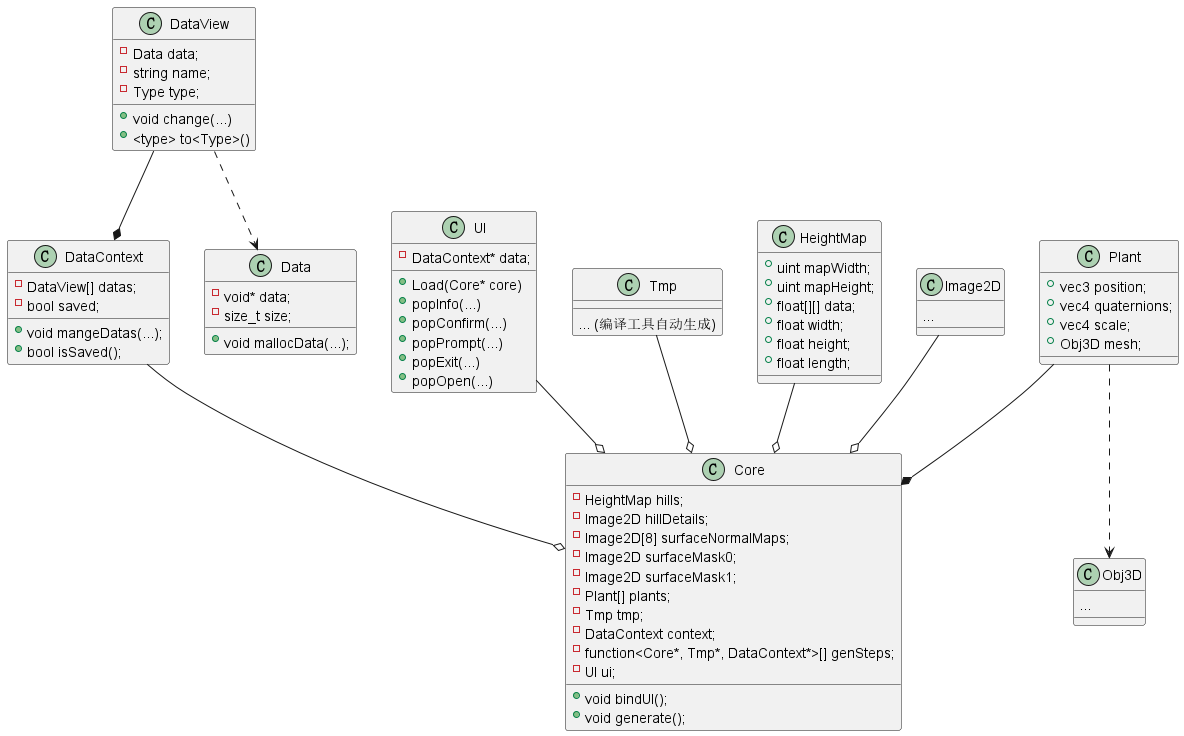
LuncyBloont/World-Generator-Lite keeps this PlantUML diagram as doc/uml-and ocl.png. Above is the earlier version.
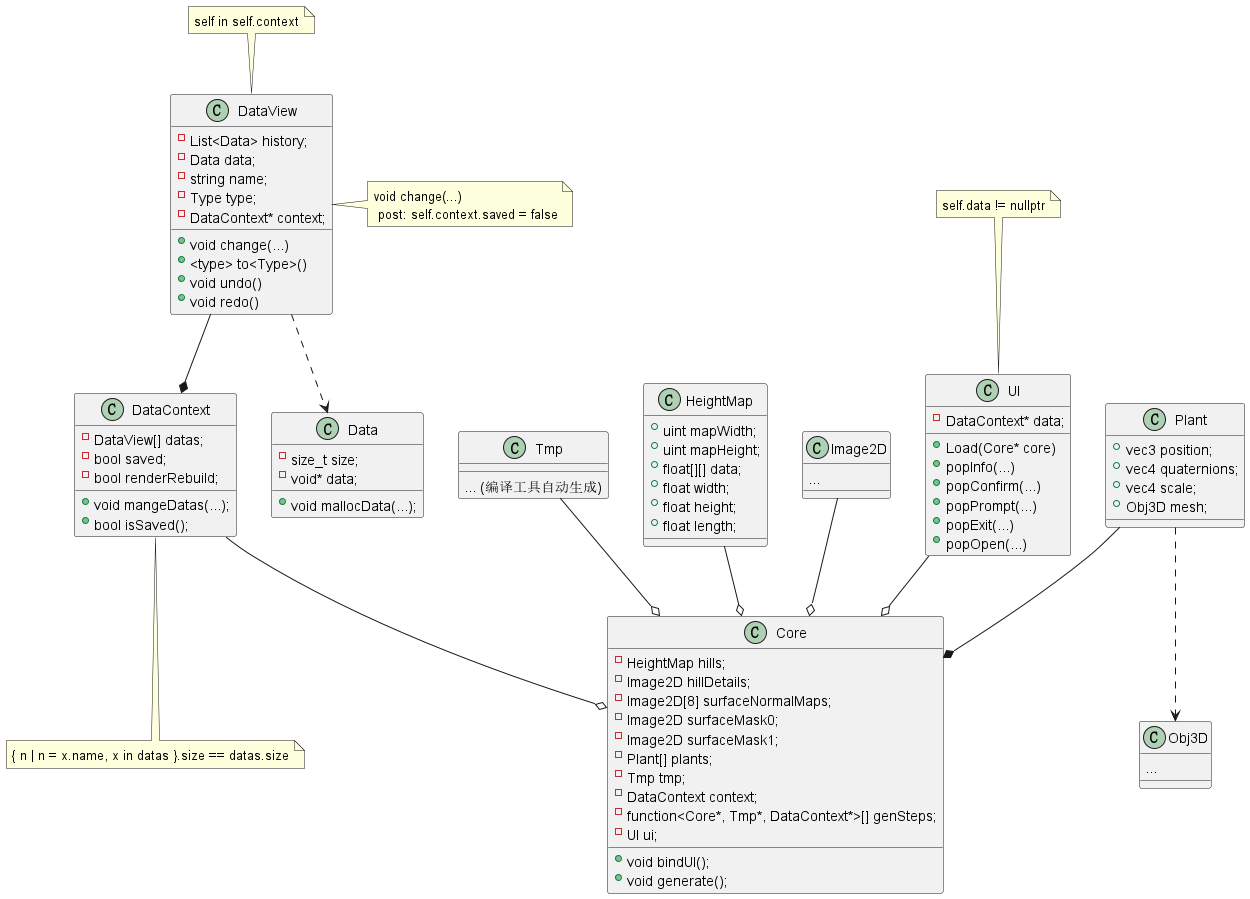
After the commit.

Diff of the diagram source:
```diff
@@ -18,22 +18,27 @@
 class DataContext {
 	- DataView[] datas;
 	- bool saved;
+	- bool renderRebuild;
 	+ void mangeDatas(...);
 	+ bool isSaved();
 }
 
 class Data {
+	- size_t size;
 	- void* data;
-	- size_t size;
 	+ void mallocData(...);
 }
 
 class DataView {
+	- List<Data> history;
 	- Data data;
 	- string name;
 	- Type type;
+	- DataContext* context;
 	+ void change(...)
 	+ <type> to<Type>()
+	+ void undo()
+	+ void redo()
 }
 
 class UI {
@@ -84,4 +89,10 @@
 UI --o Core
 Plant ..> Obj3D
 
+note top of UI: self.data != nullptr
+note bottom of DataContext: { n | n = x.name, x in datas }.size == datas.size
+note right of DataView: void change(...) \n post: self.context.saved = false
+note top of DataView: self in self.context
+
+
 @enduml
```
